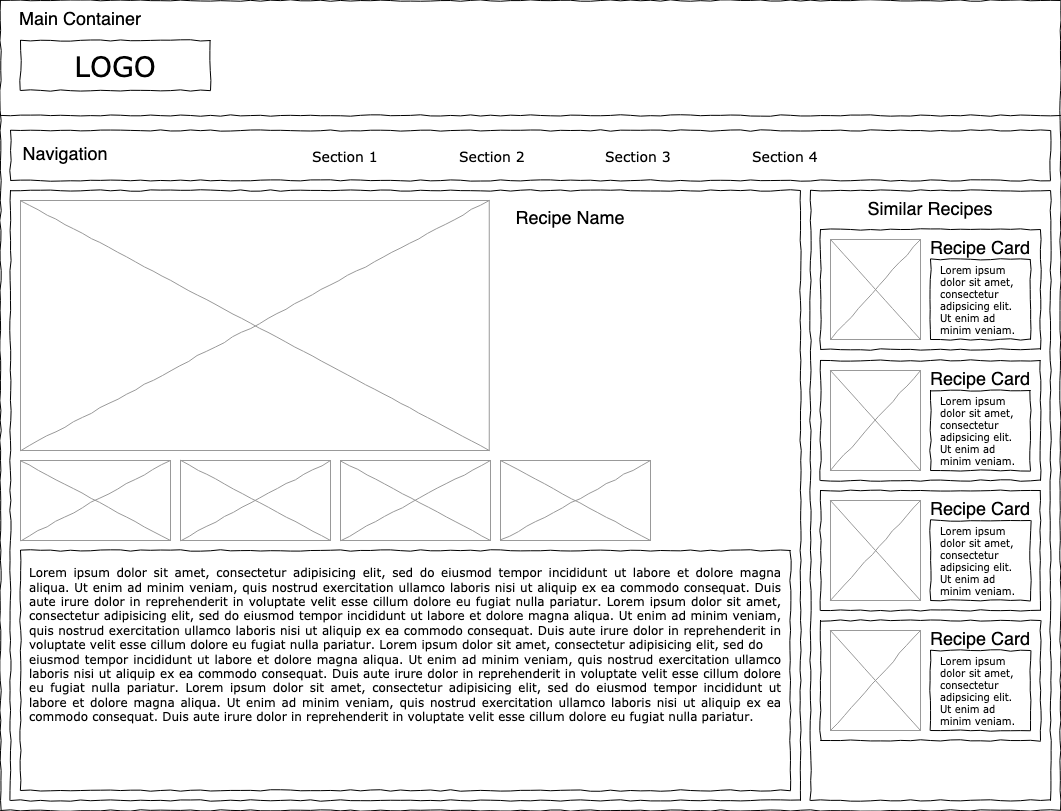
The draw.io diagram Wireframe--Recipe-Detail.png in patbou02/rctr-final-project, before a commit. Source tidied: cells renumbered, new cells last; positions are measured from the earlier drawing's top-left corner, leaving out a move shared by most shapes.
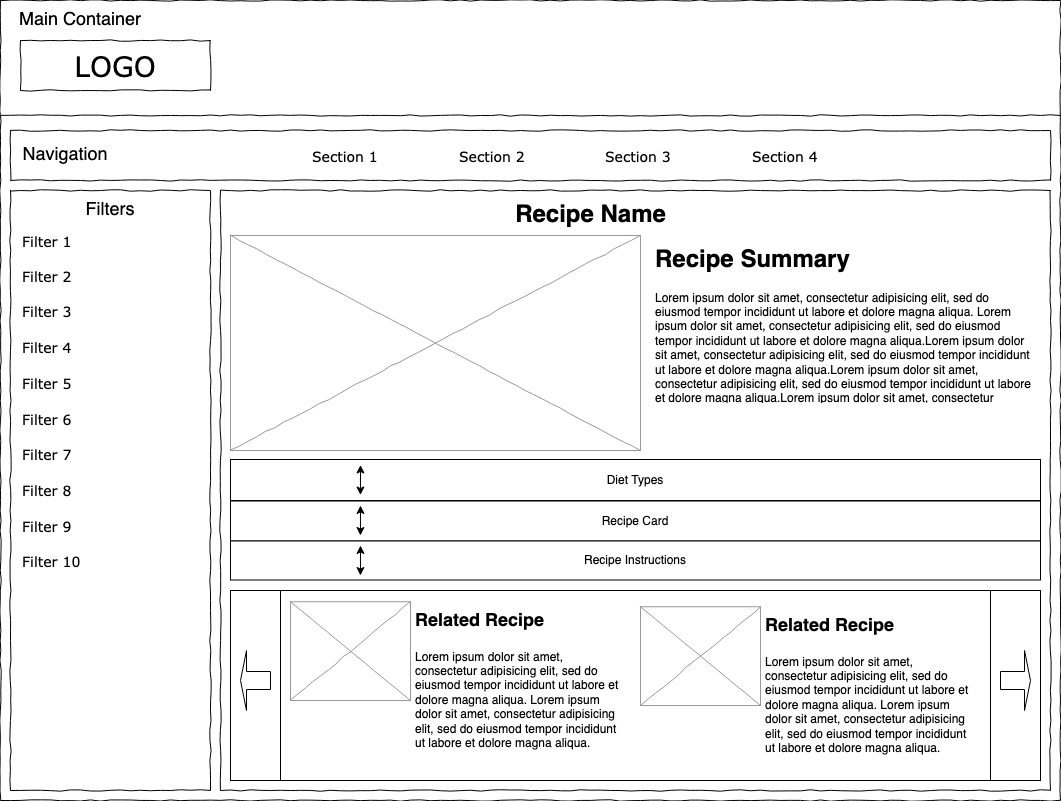
After the change.

What changed in the source:
```diff
@@ -3,16 +3,13 @@
     <mxCell id="0" />
     <mxCell id="1" parent="0" />
     <mxCell id="2" style="whiteSpace=wrap;html=1;rounded=0;shadow=0;labelBackgroundColor=none;strokeColor=#000000;strokeWidth=1;fillColor=none;fontFamily=Verdana;fontSize=12;fontColor=#000000;align=center;comic=1;" parent="1" vertex="1">
-      <mxGeometry width="1060" height="810" as="geometry" />
+      <mxGeometry width="1060" height="800" as="geometry" />
     </mxCell>
-    <mxCell id="3" style="whiteSpace=wrap;html=1;rounded=0;shadow=0;labelBackgroundColor=none;strokeWidth=1;fillColor=none;fontFamily=Verdana;fontSize=12;align=center;comic=1;" parent="1" vertex="1">
-      <mxGeometry x="10" y="190" width="790" height="610" as="geometry" />
-    </mxCell>
     <mxCell id="4" value="LOGO" style="whiteSpace=wrap;html=1;rounded=0;shadow=0;labelBackgroundColor=none;strokeWidth=1;fontFamily=Verdana;fontSize=28;align=center;comic=1;" parent="1" vertex="1">
       <mxGeometry x="20" y="40" width="190" height="50" as="geometry" />
     </mxCell>
     <mxCell id="5" style="whiteSpace=wrap;html=1;rounded=0;shadow=0;labelBackgroundColor=none;strokeWidth=1;fillColor=none;fontFamily=Verdana;fontSize=12;align=center;comic=1;" parent="1" vertex="1">
-      <mxGeometry x="810" y="190" width="240" height="610" as="geometry" />
+      <mxGeometry x="10" y="190" width="200" height="600" as="geometry" />
     </mxCell>
     <mxCell id="6" style="line;strokeWidth=1;html=1;rounded=0;shadow=0;labelBackgroundColor=none;fillColor=none;fontFamily=Verdana;fontSize=14;fontColor=#000000;align=center;comic=1;" parent="1" vertex="1">
       <mxGeometry y="110" width="1060" height="10" as="geometry" />
@@ -32,83 +29,104 @@
     <mxCell id="11" value="Section 4" style="text;html=1;align=left;verticalAlign=top;spacingTop=-4;fontSize=14;fontFamily=Verdana;" parent="1" vertex="1">
       <mxGeometry x="750" y="145" width="60" height="20" as="geometry" />
     </mxCell>
+    <mxCell id="38" style="whiteSpace=wrap;html=1;rounded=0;shadow=0;labelBackgroundColor=none;strokeWidth=1;fillColor=none;fontFamily=Verdana;fontSize=12;align=center;comic=1;" parent="1" vertex="1">
+      <mxGeometry x="220" y="190" width="830" height="600" as="geometry" />
+    </mxCell>
+    <mxCell id="39" value="Filter 1" style="text;html=1;align=left;verticalAlign=top;spacingTop=-4;fontSize=14;fontFamily=Verdana;" parent="1" vertex="1">
+      <mxGeometry x="20" y="230" width="161.5" height="19" as="geometry" />
+    </mxCell>
+    <mxCell id="40" value="Filter 2" style="text;html=1;align=left;verticalAlign=top;spacingTop=-4;fontSize=14;fontFamily=Verdana;" parent="1" vertex="1">
+      <mxGeometry x="20" y="265" width="170" height="20" as="geometry" />
+    </mxCell>
+    <mxCell id="41" value="Filter 3" style="text;html=1;align=left;verticalAlign=top;spacingTop=-4;fontSize=14;fontFamily=Verdana;" parent="1" vertex="1">
+      <mxGeometry x="20" y="300" width="170" height="20" as="geometry" />
+    </mxCell>
+    <mxCell id="42" value="&lt;div&gt;Filter 4&lt;/div&gt;" style="text;html=1;align=left;verticalAlign=top;spacingTop=-4;fontSize=14;fontFamily=Verdana;" parent="1" vertex="1">
+      <mxGeometry x="20" y="336" width="170" height="20" as="geometry" />
+    </mxCell>
+    <mxCell id="43" value="Filter 7" style="text;html=1;align=left;verticalAlign=top;spacingTop=-4;fontSize=14;fontFamily=Verdana;" parent="1" vertex="1">
+      <mxGeometry x="20" y="443" width="170" height="20" as="geometry" />
+    </mxCell>
+    <mxCell id="44" value="Filter 8" style="text;html=1;align=left;verticalAlign=top;spacingTop=-4;fontSize=14;fontFamily=Verdana;" parent="1" vertex="1">
+      <mxGeometry x="20" y="479" width="170" height="20" as="geometry" />
+    </mxCell>
+    <mxCell id="45" value="Filter 9" style="text;html=1;align=left;verticalAlign=top;spacingTop=-4;fontSize=14;fontFamily=Verdana;" parent="1" vertex="1">
+      <mxGeometry x="20" y="515" width="170" height="20" as="geometry" />
+    </mxCell>
+    <mxCell id="46" value="Filter 10" style="text;html=1;align=left;verticalAlign=top;spacingTop=-4;fontSize=14;fontFamily=Verdana;" parent="1" vertex="1">
+      <mxGeometry x="20" y="550" width="170" height="20" as="geometry" />
+    </mxCell>
+    <mxCell id="47" value="Filter 5" style="text;html=1;align=left;verticalAlign=top;spacingTop=-4;fontSize=14;fontFamily=Verdana;" parent="1" vertex="1">
+      <mxGeometry x="20" y="372" width="170" height="20" as="geometry" />
+    </mxCell>
+    <mxCell id="48" value="Filter 6" style="text;html=1;align=left;verticalAlign=top;spacingTop=-4;fontSize=14;fontFamily=Verdana;" parent="1" vertex="1">
+      <mxGeometry x="20" y="408" width="170" height="20" as="geometry" />
+    </mxCell>
     <mxCell id="12" value="Main Container" style="text;html=3;strokeColor=none;fillColor=none;align=center;verticalAlign=middle;whiteSpace=wrap;rounded=0;fontSize=18;" parent="1" vertex="1">
       <mxGeometry x="10" y="10" width="140" height="20" as="geometry" />
     </mxCell>
     <mxCell id="13" value="Navigation" style="fontSize=18;text;html=1;strokeColor=none;fillColor=none;align=center;verticalAlign=middle;whiteSpace=wrap;rounded=0;" parent="1" vertex="1">
       <mxGeometry x="20" y="145" width="90" height="20" as="geometry" />
     </mxCell>
-    <mxCell id="14" value="Similar Recipes" style="fontSize=18;text;html=1;strokeColor=none;fillColor=none;align=center;verticalAlign=middle;whiteSpace=wrap;rounded=0;" parent="1" vertex="1">
-      <mxGeometry x="840" y="200" width="180" height="20" as="geometry" />
+    <mxCell id="14" value="Filters" style="fontSize=18;text;html=1;strokeColor=none;fillColor=none;align=center;verticalAlign=middle;whiteSpace=wrap;rounded=0;" parent="1" vertex="1">
+      <mxGeometry x="20" y="200" width="180" height="20" as="geometry" />
     </mxCell>
-    <mxCell id="15" value="&lt;div style=&quot;text-align: justify&quot;&gt;&lt;span&gt;Lorem ipsum dolor sit amet, consectetur adipisicing elit, sed do eiusmod tempor incididunt ut labore et dolore magna aliqua. Ut enim ad minim veniam, quis nostrud exercitation ullamco laboris nisi ut aliquip ex ea commodo consequat. Duis aute irure dolor in reprehenderit in voluptate velit esse cillum dolore eu fugiat nulla pariatur. Lorem ipsum dolor sit amet, consectetur adipisicing elit, sed do eiusmod tempor incididunt ut labore et dolore magna aliqua. Ut enim ad minim veniam, quis nostrud exercitation ullamco laboris nisi ut aliquip ex ea commodo consequat. Duis aute irure dolor in reprehenderit in voluptate velit esse cillum dolore eu fugiat nulla pariatur. &lt;/span&gt;&lt;span&gt;&lt;span&gt;Lorem ipsum dolor sit amet, consectetur adipisicing elit, sed do &lt;br&gt;eiusmod tempor incididunt ut labore et dolore magna aliqua. Ut enim ad minim veniam, quis nostrud exercitation ullamco laboris nisi ut aliquip ex ea commodo consequat. Duis aute irure dolor in reprehenderit in voluptate velit esse cillum dolore eu fugiat nulla pariatur. Lorem ipsum dolor sit amet, consectetur adipisicing elit, sed do eiusmod tempor incididunt ut labore et dolore magna aliqua. Ut enim ad minim veniam, quis nostrud exercitation ullamco laboris nisi ut aliquip ex ea commodo consequat. Duis aute irure dolor in reprehenderit in voluptate velit esse cillum dolore eu fugiat nulla pariatur.&lt;/span&gt;&lt;/span&gt;&lt;/div&gt;" style="whiteSpace=wrap;html=1;rounded=0;shadow=0;labelBackgroundColor=none;strokeWidth=1;fillColor=none;fontFamily=Verdana;fontSize=12;align=center;verticalAlign=top;spacing=10;comic=1;" parent="1" vertex="1">
-      <mxGeometry x="20" y="550" width="770" height="240" as="geometry" />
-    </mxCell>
+    <mxCell id="49" style="verticalLabelPosition=bottom;shadow=0;dashed=0;align=center;html=1;verticalAlign=top;strokeWidth=1;shape=mxgraph.mockup.graphics.simpleIcon;strokeColor=#999999;rounded=0;labelBackgroundColor=none;fontFamily=Verdana;fontSize=14;fontColor=#000000;comic=1;" parent="1" vertex="1">
+      <mxGeometry x="230" y="235" width="410" height="215" as="geometry" />
+    </mxCell>
+    <mxCell id="50" value="&lt;h1&gt;Recipe Summary&lt;/h1&gt;&lt;p&gt;Lorem ipsum dolor sit amet, consectetur adipisicing elit, sed do eiusmod tempor incididunt ut labore et dolore magna aliqua. Lorem ipsum dolor sit amet, consectetur adipisicing elit, sed do eiusmod tempor incididunt ut labore et dolore magna aliqua.Lorem ipsum dolor sit amet, consectetur adipisicing elit, sed do eiusmod tempor incididunt ut labore et dolore magna aliqua.Lorem ipsum dolor sit amet, consectetur adipisicing elit, sed do eiusmod tempor incididunt ut labore et dolore magna aliqua.Lorem ipsum dolor sit amet, consectetur adipisicing elit, sed do eiusmod tempor incididunt ut labore et dolore magna aliqua.&lt;/p&gt;" style="text;html=1;strokeColor=none;fillColor=none;spacing=5;spacingTop=-20;whiteSpace=wrap;overflow=hidden;rounded=0;" parent="1" vertex="1">
+      <mxGeometry x="650" y="240" width="390" height="162.5" as="geometry" />
+    </mxCell>
-    <mxCell id="16" value="Recipe Name" style="fontSize=18;text;html=1;strokeColor=none;fillColor=none;align=center;verticalAlign=middle;whiteSpace=wrap;rounded=0;" parent="1" vertex="1">
-      <mxGeometry x="500" y="209" width="140" height="20" as="geometry" />
+    <mxCell id="16" value="Recipe Name" style="text;strokeColor=none;fillColor=none;html=1;fontSize=24;fontStyle=1;verticalAlign=middle;align=center;" parent="1" vertex="1">
+      <mxGeometry x="540" y="195" width="100" height="40" as="geometry" />
     </mxCell>
-    <mxCell id="17" style="whiteSpace=wrap;html=1;rounded=0;shadow=0;labelBackgroundColor=none;strokeWidth=1;fillColor=none;fontFamily=Verdana;fontSize=12;align=center;comic=1;" parent="1" vertex="1">
-      <mxGeometry x="820" y="360" width="220" height="120" as="geometry" />
-    </mxCell>
-    <mxCell id="18" value="Lorem ipsum dolor sit amet, consectetur adipsicing elit. Ut enim ad minim veniam." style="whiteSpace=wrap;html=1;rounded=0;shadow=0;labelBackgroundColor=none;strokeWidth=1;fillColor=none;fontFamily=Verdana;fontSize=10;align=left;spacing=10;comic=1;" parent="1" vertex="1">
-      <mxGeometry x="930" y="390" width="100" height="80" as="geometry" />
-    </mxCell>
-    <mxCell id="19" style="verticalLabelPosition=bottom;shadow=0;dashed=0;align=center;html=1;verticalAlign=top;strokeWidth=1;shape=mxgraph.mockup.graphics.simpleIcon;strokeColor=#999999;rounded=0;labelBackgroundColor=none;fontFamily=Verdana;fontSize=14;fontColor=#000000;comic=1;" parent="1" vertex="1">
-      <mxGeometry x="830" y="370" width="90" height="100" as="geometry" />
-    </mxCell>
-    <mxCell id="20" value="Recipe Card" style="fontSize=18;text;html=1;strokeColor=none;fillColor=none;align=center;verticalAlign=middle;whiteSpace=wrap;rounded=0;" parent="1" vertex="1">
-      <mxGeometry x="910" y="370" width="140" height="20" as="geometry" />
-    </mxCell>
-    <mxCell id="21" style="whiteSpace=wrap;html=1;rounded=0;shadow=0;labelBackgroundColor=none;strokeWidth=1;fillColor=none;fontFamily=Verdana;fontSize=12;align=center;comic=1;" parent="1" vertex="1">
-      <mxGeometry x="820" y="620" width="220" height="120" as="geometry" />
-    </mxCell>
-    <mxCell id="22" value="Lorem ipsum dolor sit amet, consectetur adipsicing elit. Ut enim ad minim veniam." style="whiteSpace=wrap;html=1;rounded=0;shadow=0;labelBackgroundColor=none;strokeWidth=1;fillColor=none;fontFamily=Verdana;fontSize=10;align=left;spacing=10;comic=1;" parent="1" vertex="1">
-      <mxGeometry x="930" y="650" width="100" height="80" as="geometry" />
-    </mxCell>
-    <mxCell id="23" style="verticalLabelPosition=bottom;shadow=0;dashed=0;align=center;html=1;verticalAlign=top;strokeWidth=1;shape=mxgraph.mockup.graphics.simpleIcon;strokeColor=#999999;rounded=0;labelBackgroundColor=none;fontFamily=Verdana;fontSize=14;fontColor=#000000;comic=1;" parent="1" vertex="1">
-      <mxGeometry x="830" y="630" width="90" height="100" as="geometry" />
-    </mxCell>
-    <mxCell id="24" value="Recipe Card" style="fontSize=18;text;html=1;strokeColor=none;fillColor=none;align=center;verticalAlign=middle;whiteSpace=wrap;rounded=0;" parent="1" vertex="1">
-      <mxGeometry x="910" y="630" width="140" height="20" as="geometry" />
-    </mxCell>
-    <mxCell id="25" style="whiteSpace=wrap;html=1;rounded=0;shadow=0;labelBackgroundColor=none;strokeWidth=1;fillColor=none;fontFamily=Verdana;fontSize=12;align=center;comic=1;" parent="1" vertex="1">
-      <mxGeometry x="820" y="490" width="220" height="120" as="geometry" />
-    </mxCell>
-    <mxCell id="26" value="Lorem ipsum dolor sit amet, consectetur adipsicing elit. Ut enim ad minim veniam." style="whiteSpace=wrap;html=1;rounded=0;shadow=0;labelBackgroundColor=none;strokeWidth=1;fillColor=none;fontFamily=Verdana;fontSize=10;align=left;spacing=10;comic=1;" parent="1" vertex="1">
-      <mxGeometry x="930" y="520" width="100" height="80" as="geometry" />
-    </mxCell>
-    <mxCell id="27" style="verticalLabelPosition=bottom;shadow=0;dashed=0;align=center;html=1;verticalAlign=top;strokeWidth=1;shape=mxgraph.mockup.graphics.simpleIcon;strokeColor=#999999;rounded=0;labelBackgroundColor=none;fontFamily=Verdana;fontSize=14;fontColor=#000000;comic=1;" parent="1" vertex="1">
-      <mxGeometry x="830" y="500" width="90" height="100" as="geometry" />
-    </mxCell>
-    <mxCell id="28" value="Recipe Card" style="fontSize=18;text;html=1;strokeColor=none;fillColor=none;align=center;verticalAlign=middle;whiteSpace=wrap;rounded=0;" parent="1" vertex="1">
-      <mxGeometry x="910" y="500" width="140" height="20" as="geometry" />
-    </mxCell>
-    <mxCell id="29" style="verticalLabelPosition=bottom;shadow=0;dashed=0;align=center;html=1;verticalAlign=top;strokeWidth=1;shape=mxgraph.mockup.graphics.simpleIcon;strokeColor=#999999;rounded=0;labelBackgroundColor=none;fontFamily=Verdana;fontSize=14;fontColor=#000000;comic=1;" parent="1" vertex="1">
-      <mxGeometry x="20" y="460" width="150" height="80" as="geometry" />
-    </mxCell>
-    <mxCell id="30" style="verticalLabelPosition=bottom;shadow=0;dashed=0;align=center;html=1;verticalAlign=top;strokeWidth=1;shape=mxgraph.mockup.graphics.simpleIcon;strokeColor=#999999;rounded=0;labelBackgroundColor=none;fontFamily=Verdana;fontSize=14;fontColor=#000000;comic=1;" parent="1" vertex="1">
-      <mxGeometry x="180" y="460" width="150" height="80" as="geometry" />
-    </mxCell>
-    <mxCell id="31" style="verticalLabelPosition=bottom;shadow=0;dashed=0;align=center;html=1;verticalAlign=top;strokeWidth=1;shape=mxgraph.mockup.graphics.simpleIcon;strokeColor=#999999;rounded=0;labelBackgroundColor=none;fontFamily=Verdana;fontSize=14;fontColor=#000000;comic=1;" parent="1" vertex="1">
-      <mxGeometry x="340" y="460" width="150" height="80" as="geometry" />
-    </mxCell>
-    <mxCell id="32" style="verticalLabelPosition=bottom;shadow=0;dashed=0;align=center;html=1;verticalAlign=top;strokeWidth=1;shape=mxgraph.mockup.graphics.simpleIcon;strokeColor=#999999;rounded=0;labelBackgroundColor=none;fontFamily=Verdana;fontSize=14;fontColor=#000000;comic=1;" parent="1" vertex="1">
-      <mxGeometry x="500" y="460" width="150" height="80" as="geometry" />
-    </mxCell>
-    <mxCell id="33" style="verticalLabelPosition=bottom;shadow=0;dashed=0;align=center;html=1;verticalAlign=top;strokeWidth=1;shape=mxgraph.mockup.graphics.simpleIcon;strokeColor=#999999;rounded=0;labelBackgroundColor=none;fontFamily=Verdana;fontSize=14;fontColor=#000000;comic=1;" parent="1" vertex="1">
-      <mxGeometry x="20" y="200" width="468.8" height="250" as="geometry" />
-    </mxCell>
-    <mxCell id="34" style="whiteSpace=wrap;html=1;rounded=0;shadow=0;labelBackgroundColor=none;strokeWidth=1;fillColor=none;fontFamily=Verdana;fontSize=12;align=center;comic=1;" parent="1" vertex="1">
-      <mxGeometry x="820" y="229" width="220" height="120" as="geometry" />
-    </mxCell>
-    <mxCell id="35" value="Lorem ipsum dolor sit amet, consectetur adipsicing elit. Ut enim ad minim veniam." style="whiteSpace=wrap;html=1;rounded=0;shadow=0;labelBackgroundColor=none;strokeWidth=1;fillColor=none;fontFamily=Verdana;fontSize=10;align=left;spacing=10;comic=1;" parent="1" vertex="1">
-      <mxGeometry x="930" y="259" width="100" height="80" as="geometry" />
-    </mxCell>
-    <mxCell id="36" style="verticalLabelPosition=bottom;shadow=0;dashed=0;align=center;html=1;verticalAlign=top;strokeWidth=1;shape=mxgraph.mockup.graphics.simpleIcon;strokeColor=#999999;rounded=0;labelBackgroundColor=none;fontFamily=Verdana;fontSize=14;fontColor=#000000;comic=1;" parent="1" vertex="1">
-      <mxGeometry x="830" y="239" width="90" height="100" as="geometry" />
-    </mxCell>
-    <mxCell id="37" value="Recipe Card" style="fontSize=18;text;html=1;strokeColor=none;fillColor=none;align=center;verticalAlign=middle;whiteSpace=wrap;rounded=0;" parent="1" vertex="1">
-      <mxGeometry x="910" y="239" width="140" height="20" as="geometry" />
-    </mxCell>
+    <mxCell id="51" value="Diet Types" style="rounded=0;whiteSpace=wrap;html=1;" parent="1" vertex="1">
+      <mxGeometry x="230" y="459" width="810" height="41" as="geometry" />
+    </mxCell>
+    <mxCell id="52" value="Recipe Card" style="rounded=0;whiteSpace=wrap;html=1;" parent="1" vertex="1">
+      <mxGeometry x="230" y="500.5" width="810" height="40" as="geometry" />
+    </mxCell>
+    <mxCell id="53" value="Recipe Instructions" style="rounded=0;whiteSpace=wrap;html=1;" parent="1" vertex="1">
+      <mxGeometry x="230" y="540.5" width="810" height="39" as="geometry" />
+    </mxCell>
+    <mxCell id="54" style="endArrow=classic;startArrow=classic;html=1;entryX=0.074;entryY=0.968;entryDx=0;entryDy=0;entryPerimeter=0;" parent="1" edge="1">
+      <mxGeometry relative="1" as="geometry">
+        <mxPoint x="360" y="505" as="sourcePoint" />
+        <mxPoint x="359.9" y="535" as="targetPoint" />
+      </mxGeometry>
+    </mxCell>
+    <mxCell id="55" style="endArrow=classic;startArrow=classic;html=1;entryX=0.074;entryY=0.968;entryDx=0;entryDy=0;entryPerimeter=0;" parent="1" edge="1">
+      <mxGeometry relative="1" as="geometry">
+        <mxPoint x="360" y="464.5" as="sourcePoint" />
+        <mxPoint x="359.9" y="494.5" as="targetPoint" />
+      </mxGeometry>
+    </mxCell>
+    <mxCell id="56" style="endArrow=classic;startArrow=classic;html=1;entryX=0.074;entryY=0.968;entryDx=0;entryDy=0;entryPerimeter=0;" parent="1" edge="1">
+      <mxGeometry relative="1" as="geometry">
+        <mxPoint x="360" y="545" as="sourcePoint" />
+        <mxPoint x="359.9" y="575" as="targetPoint" />
+      </mxGeometry>
+    </mxCell>
+    <mxCell id="57" style="shape=process;whiteSpace=wrap;html=1;backgroundOutline=1;size=0.06172839506172839;" parent="1" vertex="1">
+      <mxGeometry x="230" y="590" width="810" height="190" as="geometry" />
+    </mxCell>
+    <mxCell id="58" style="shape=singleArrow;direction=west;whiteSpace=wrap;html=1;" parent="1" vertex="1">
+      <mxGeometry x="240" y="650" width="30" height="60" as="geometry" />
+    </mxCell>
+    <mxCell id="59" style="shape=singleArrow;direction=west;whiteSpace=wrap;html=1;rotation=-180;" parent="1" vertex="1">
+      <mxGeometry x="1000" y="650" width="30" height="60" as="geometry" />
+    </mxCell>
+    <mxCell id="60" style="verticalLabelPosition=bottom;shadow=0;dashed=0;align=center;html=1;verticalAlign=top;strokeWidth=1;shape=mxgraph.mockup.graphics.simpleIcon;strokeColor=#999999;rounded=0;labelBackgroundColor=none;fontFamily=Verdana;fontSize=14;fontColor=#000000;comic=1;" parent="1" vertex="1">
+      <mxGeometry x="290" y="601.2" width="120" height="98.8" as="geometry" />
+    </mxCell>
+    <mxCell id="61" value="&lt;h1&gt;&lt;font style=&quot;font-size: 18px&quot;&gt;Related Recipe&lt;br&gt;&lt;/font&gt;&lt;/h1&gt;&lt;p&gt;Lorem ipsum dolor sit amet, consectetur adipisicing elit, sed do eiusmod tempor incididunt ut labore et dolore magna aliqua. Lorem ipsum dolor sit amet, consectetur adipisicing elit, sed do eiusmod tempor incididunt ut labore et dolore magna aliqua.&lt;/p&gt;" style="text;html=1;strokeColor=none;fillColor=none;spacing=5;spacingTop=-20;whiteSpace=wrap;overflow=hidden;rounded=0;" parent="1" vertex="1">
+      <mxGeometry x="410" y="598.8" width="220" height="162.5" as="geometry" />
+    </mxCell>
+    <mxCell id="62" style="verticalLabelPosition=bottom;shadow=0;dashed=0;align=center;html=1;verticalAlign=top;strokeWidth=1;shape=mxgraph.mockup.graphics.simpleIcon;strokeColor=#999999;rounded=0;labelBackgroundColor=none;fontFamily=Verdana;fontSize=14;fontColor=#000000;comic=1;" parent="1" vertex="1">
+      <mxGeometry x="640" y="606.2" width="120" height="98.8" as="geometry" />
+    </mxCell>
+    <mxCell id="63" value="&lt;h1&gt;&lt;font style=&quot;font-size: 18px&quot;&gt;Related Recipe&lt;br&gt;&lt;/font&gt;&lt;/h1&gt;&lt;p&gt;Lorem ipsum dolor sit amet, consectetur adipisicing elit, sed do eiusmod tempor incididunt ut labore et dolore magna aliqua. Lorem ipsum dolor sit amet, consectetur adipisicing elit, sed do eiusmod tempor incididunt ut labore et dolore magna aliqua.&lt;/p&gt;" style="text;html=1;strokeColor=none;fillColor=none;spacing=5;spacingTop=-20;whiteSpace=wrap;overflow=hidden;rounded=0;" parent="1" vertex="1">
+      <mxGeometry x="760" y="603.8" width="220" height="162.5" as="geometry" />
+    </mxCell>
   </root>
 </mxGraphModel>
```
